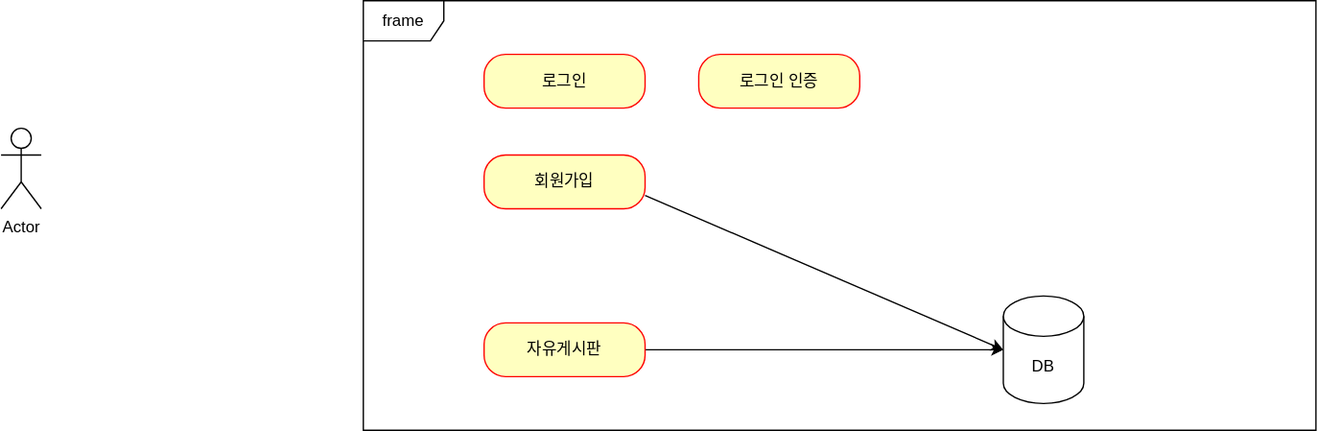
JoKangYeon/personal_project keeps this draw.io diagram as usecase.drawio.svg. Above is the earlier version. Source tidied: cells renumbered, new cells last; positions are measured from the earlier drawing's top-left corner, leaving out a move shared by most shapes. The source it was exported from:
```xml
<mxGraphModel>
  <root>
    <mxCell id="0" />
    <mxCell id="1" parent="0" />
    <mxCell id="2" value="frame" style="shape=umlFrame;whiteSpace=wrap;html=1;" parent="1" vertex="1">
      <mxGeometry x="270" width="710" height="320" as="geometry" />
    </mxCell>
    <mxCell id="3" value="Actor" style="shape=umlActor;verticalLabelPosition=bottom;verticalAlign=top;html=1;" parent="1" vertex="1">
      <mxGeometry y="95" width="30" height="60" as="geometry" />
    </mxCell>
    <mxCell id="4" value="로그인" style="rounded=1;whiteSpace=wrap;html=1;arcSize=40;fontColor=#000000;fillColor=#ffffc0;strokeColor=#ff0000;" parent="1" vertex="1">
      <mxGeometry x="360" y="40" width="120" height="40" as="geometry" />
    </mxCell>
    <mxCell id="5" value="회원가입" style="rounded=1;whiteSpace=wrap;html=1;arcSize=40;fontColor=#000000;fillColor=#ffffc0;strokeColor=#ff0000;" parent="1" vertex="1">
      <mxGeometry x="360" y="115" width="120" height="40" as="geometry" />
    </mxCell>
    <mxCell id="6" value="로그인 인증" style="rounded=1;whiteSpace=wrap;html=1;arcSize=40;fontColor=#000000;fillColor=#ffffc0;strokeColor=#ff0000;" parent="1" vertex="1">
      <mxGeometry x="520" y="40" width="120" height="40" as="geometry" />
    </mxCell>
    <mxCell id="7" style="edgeStyle=orthogonalEdgeStyle;rounded=0;jettySize=auto;html=1;" parent="1" edge="1" source="8" target="9">
      <mxGeometry relative="1" as="geometry" />
    </mxCell>
    <mxCell id="8" value="자유게시판" style="rounded=1;whiteSpace=wrap;html=1;arcSize=40;fontColor=#000000;fillColor=#ffffc0;strokeColor=#ff0000;" parent="1" vertex="1">
      <mxGeometry x="360" y="240" width="120" height="40" as="geometry" />
    </mxCell>
    <mxCell id="9" value="DB" style="shape=cylinder3;whiteSpace=wrap;html=1;boundedLbl=1;backgroundOutline=1;size=15;" parent="1" vertex="1">
      <mxGeometry x="747" y="220" width="60" height="80" as="geometry" />
    </mxCell>
    <mxCell id="10" style="endArrow=classic;html=1;rounded=0;entryX=0;entryY=0.5;entryDx=0;entryDy=0;entryPerimeter=0;exitX=1;exitY=0.75;exitDx=0;exitDy=0;" parent="1" edge="1" source="5" target="9">
      <mxGeometry relative="1" as="geometry" />
    </mxCell>
  </root>
</mxGraphModel>
```
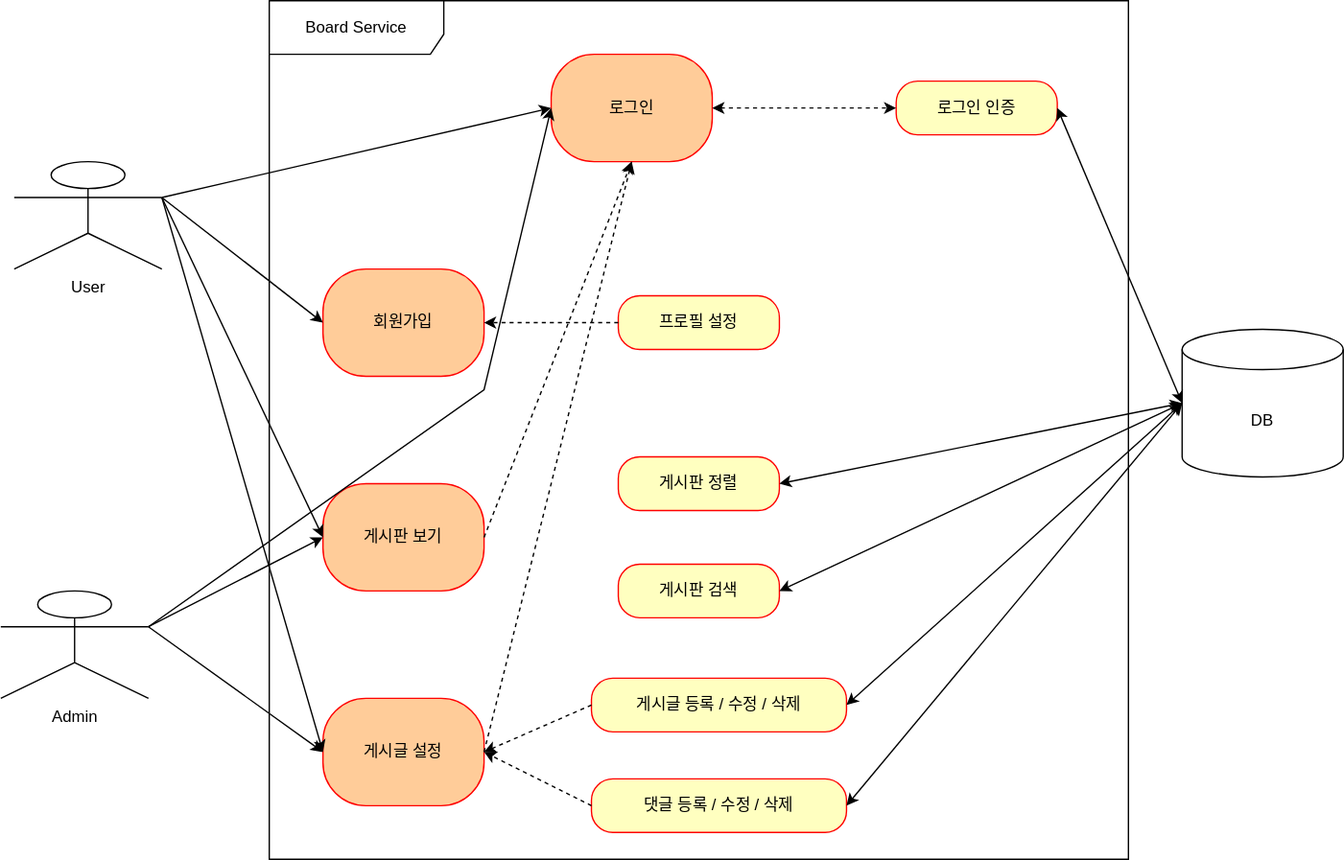
After the change.

The edit, as a diff of the source:
```diff
@@ -2,32 +2,105 @@
   <root>
     <mxCell id="0" />
     <mxCell id="1" parent="0" />
-    <mxCell id="2" value="frame" style="shape=umlFrame;whiteSpace=wrap;html=1;" parent="1" vertex="1">
-      <mxGeometry x="270" width="710" height="320" as="geometry" />
+    <mxCell id="2" value="Board Service" style="shape=umlFrame;whiteSpace=wrap;html=1;width=130;height=40;" parent="1" vertex="1">
+      <mxGeometry x="280" y="40" width="640" height="640" as="geometry" />
     </mxCell>
-    <mxCell id="3" value="Actor" style="shape=umlActor;verticalLabelPosition=bottom;verticalAlign=top;html=1;" parent="1" vertex="1">
-      <mxGeometry y="95" width="30" height="60" as="geometry" />
+    <mxCell id="3" value="User" style="shape=umlActor;verticalLabelPosition=bottom;verticalAlign=top;html=1;" parent="1" vertex="1">
+      <mxGeometry x="90" y="160" width="110" height="80" as="geometry" />
     </mxCell>
-    <mxCell id="4" value="로그인" style="rounded=1;whiteSpace=wrap;html=1;arcSize=40;fontColor=#000000;fillColor=#ffffc0;strokeColor=#ff0000;" parent="1" vertex="1">
-      <mxGeometry x="360" y="40" width="120" height="40" as="geometry" />
-    </mxCell>
-    <mxCell id="5" value="회원가입" style="rounded=1;whiteSpace=wrap;html=1;arcSize=40;fontColor=#000000;fillColor=#ffffc0;strokeColor=#ff0000;" parent="1" vertex="1">
-      <mxGeometry x="360" y="115" width="120" height="40" as="geometry" />
+    <mxCell id="5" value="게시판 보기" style="rounded=1;whiteSpace=wrap;html=1;arcSize=40;fontColor=#000000;fillColor=#FFCC99;strokeColor=#ff0000;" parent="1" vertex="1">
+      <mxGeometry x="320" y="400" width="120" height="80" as="geometry" />
     </mxCell>
     <mxCell id="6" value="로그인 인증" style="rounded=1;whiteSpace=wrap;html=1;arcSize=40;fontColor=#000000;fillColor=#ffffc0;strokeColor=#ff0000;" parent="1" vertex="1">
-      <mxGeometry x="520" y="40" width="120" height="40" as="geometry" />
+      <mxGeometry x="747" y="100" width="120" height="40" as="geometry" />
     </mxCell>
-    <mxCell id="7" style="edgeStyle=orthogonalEdgeStyle;rounded=0;jettySize=auto;html=1;" parent="1" edge="1" source="8" target="9">
-      <mxGeometry relative="1" as="geometry" />
-    </mxCell>
-    <mxCell id="8" value="자유게시판" style="rounded=1;whiteSpace=wrap;html=1;arcSize=40;fontColor=#000000;fillColor=#ffffc0;strokeColor=#ff0000;" parent="1" vertex="1">
-      <mxGeometry x="360" y="240" width="120" height="40" as="geometry" />
+    <mxCell id="8" value="게시글 등록 / 수정 / 삭제" style="rounded=1;whiteSpace=wrap;html=1;arcSize=40;fontColor=#000000;fillColor=#ffffc0;strokeColor=#ff0000;" parent="1" vertex="1">
+      <mxGeometry x="520" y="545" width="190" height="40" as="geometry" />
     </mxCell>
     <mxCell id="9" value="DB" style="shape=cylinder3;whiteSpace=wrap;html=1;boundedLbl=1;backgroundOutline=1;size=15;" parent="1" vertex="1">
-      <mxGeometry x="747" y="220" width="60" height="80" as="geometry" />
+      <mxGeometry x="960" y="285" width="120" height="110" as="geometry" />
     </mxCell>
-    <mxCell id="10" style="endArrow=classic;html=1;rounded=0;entryX=0;entryY=0.5;entryDx=0;entryDy=0;entryPerimeter=0;exitX=1;exitY=0.75;exitDx=0;exitDy=0;" parent="1" edge="1" source="5" target="9">
-      <mxGeometry relative="1" as="geometry" />
-    </mxCell>
+    <mxCell id="4" value="로그인" style="rounded=1;whiteSpace=wrap;html=1;arcSize=40;fontColor=#000000;fillColor=#FFCC99;strokeColor=#ff0000;" parent="1" vertex="1">
+      <mxGeometry x="490" y="80" width="120" height="80" as="geometry" />
+    </mxCell>
+    <mxCell id="11" value="게시글 설정" style="rounded=1;whiteSpace=wrap;html=1;arcSize=40;fontColor=#000000;fillColor=#FFCC99;strokeColor=#ff0000;" parent="1" vertex="1">
+      <mxGeometry x="320" y="560" width="120" height="80" as="geometry" />
+    </mxCell>
+    <mxCell id="12" value="회원가입" style="rounded=1;whiteSpace=wrap;html=1;arcSize=40;fontColor=#000000;fillColor=#FFCC99;strokeColor=#ff0000;" parent="1" vertex="1">
+      <mxGeometry x="320" y="240" width="120" height="80" as="geometry" />
+    </mxCell>
+    <mxCell id="13" value="Admin" style="shape=umlActor;verticalLabelPosition=bottom;verticalAlign=top;html=1;" parent="1" vertex="1">
+      <mxGeometry x="80" y="480" width="110" height="80" as="geometry" />
+    </mxCell>
+    <mxCell id="14" style="endArrow=classic;html=1;rounded=0;exitX=1;exitY=0.3333333333333333;exitDx=0;exitDy=0;exitPerimeter=0;entryX=0;entryY=0.5;entryDx=0;entryDy=0;" parent="1" edge="1" source="3" target="4">
+      <mxGeometry relative="1" as="geometry" />
+    </mxCell>
+    <mxCell id="15" style="endArrow=classic;html=1;rounded=0;entryX=0;entryY=0.5;entryDx=0;entryDy=0;exitX=1;exitY=0.3333333333333333;exitDx=0;exitDy=0;exitPerimeter=0;" parent="1" edge="1" source="3" target="12">
+      <mxGeometry relative="1" as="geometry" />
+    </mxCell>
+    <mxCell id="16" style="endArrow=classic;html=1;rounded=0;entryX=0;entryY=0.5;entryDx=0;entryDy=0;exitX=1;exitY=0.3333333333333333;exitDx=0;exitDy=0;exitPerimeter=0;" parent="1" edge="1" source="13" target="4">
+      <mxGeometry relative="1" as="geometry">
+        <Array as="points">
+          <mxPoint x="440" y="330" />
+        </Array>
+      </mxGeometry>
+    </mxCell>
+    <mxCell id="17" style="endArrow=classic;html=1;rounded=0;entryX=0;entryY=0.5;entryDx=0;entryDy=0;exitX=1;exitY=0.3333333333333333;exitDx=0;exitDy=0;exitPerimeter=0;" parent="1" edge="1" source="13" target="5">
+      <mxGeometry relative="1" as="geometry" />
+    </mxCell>
+    <mxCell id="18" style="endArrow=classic;html=1;rounded=0;entryX=0;entryY=0.5;entryDx=0;entryDy=0;exitX=1;exitY=0.3333333333333333;exitDx=0;exitDy=0;exitPerimeter=0;" parent="1" edge="1" source="13" target="11">
+      <mxGeometry relative="1" as="geometry" />
+    </mxCell>
+    <mxCell id="19" style="endArrow=classic;html=1;rounded=0;entryX=0;entryY=0.5;entryDx=0;entryDy=0;exitX=1;exitY=0.3333333333333333;exitDx=0;exitDy=0;exitPerimeter=0;" parent="1" edge="1" source="3" target="11">
+      <mxGeometry relative="1" as="geometry" />
+    </mxCell>
+    <mxCell id="20" style="endArrow=classic;html=1;rounded=0;entryX=0;entryY=0.5;entryDx=0;entryDy=0;exitX=1;exitY=0.3333333333333333;exitDx=0;exitDy=0;exitPerimeter=0;" parent="1" edge="1" source="3" target="5">
+      <mxGeometry relative="1" as="geometry" />
+    </mxCell>
+    <mxCell id="21" style="endArrow=classic;html=1;rounded=0;dashed=1;exitX=1;exitY=0.5;exitDx=0;exitDy=0;entryX=0.5;entryY=1;entryDx=0;entryDy=0;" parent="1" edge="1" source="5" target="4">
+      <mxGeometry relative="1" as="geometry" />
+    </mxCell>
+    <mxCell id="22" style="endArrow=classic;html=1;rounded=0;dashed=1;exitX=1;exitY=0.5;exitDx=0;exitDy=0;entryX=0.5;entryY=1;entryDx=0;entryDy=0;" parent="1" edge="1" source="11" target="4">
+      <mxGeometry relative="1" as="geometry" />
+    </mxCell>
+    <mxCell id="23" style="endArrow=classic;startArrow=classic;html=1;rounded=0;dashed=1;entryX=0;entryY=0.5;entryDx=0;entryDy=0;exitX=1;exitY=0.5;exitDx=0;exitDy=0;" parent="1" edge="1" source="4" target="6">
+      <mxGeometry relative="1" as="geometry" />
+    </mxCell>
+    <mxCell id="24" value="댓글 등록 / 수정 / 삭제" style="rounded=1;whiteSpace=wrap;html=1;arcSize=40;fontColor=#000000;fillColor=#ffffc0;strokeColor=#ff0000;" parent="1" vertex="1">
+      <mxGeometry x="520" y="620" width="190" height="40" as="geometry" />
+    </mxCell>
+    <mxCell id="25" style="endArrow=classic;html=1;rounded=0;dashed=1;exitX=0;exitY=0.5;exitDx=0;exitDy=0;entryX=1;entryY=0.5;entryDx=0;entryDy=0;" parent="1" edge="1" source="8" target="11">
+      <mxGeometry relative="1" as="geometry" />
+    </mxCell>
+    <mxCell id="26" style="endArrow=classic;html=1;rounded=0;dashed=1;exitX=0;exitY=0.5;exitDx=0;exitDy=0;entryX=1;entryY=0.5;entryDx=0;entryDy=0;" parent="1" edge="1" source="24" target="11">
+      <mxGeometry relative="1" as="geometry" />
+    </mxCell>
+    <mxCell id="27" value="프로필 설정" style="rounded=1;whiteSpace=wrap;html=1;arcSize=40;fontColor=#000000;fillColor=#ffffc0;strokeColor=#ff0000;" parent="1" vertex="1">
+      <mxGeometry x="540" y="260" width="120" height="40" as="geometry" />
+    </mxCell>
+    <mxCell id="28" style="endArrow=classic;html=1;rounded=0;dashed=1;entryX=1;entryY=0.5;entryDx=0;entryDy=0;exitX=0;exitY=0.5;exitDx=0;exitDy=0;" parent="1" edge="1" source="27" target="12">
+      <mxGeometry relative="1" as="geometry" />
+    </mxCell>
+    <mxCell id="29" value="게시판 정렬" style="rounded=1;whiteSpace=wrap;html=1;arcSize=40;fontColor=#000000;fillColor=#ffffc0;strokeColor=#ff0000;" parent="1" vertex="1">
+      <mxGeometry x="540" y="380" width="120" height="40" as="geometry" />
+    </mxCell>
+    <mxCell id="30" value="게시판 검색" style="rounded=1;whiteSpace=wrap;html=1;arcSize=40;fontColor=#000000;fillColor=#ffffc0;strokeColor=#ff0000;" parent="1" vertex="1">
+      <mxGeometry x="540" y="460" width="120" height="40" as="geometry" />
+    </mxCell>
+    <mxCell id="31" style="endArrow=classic;startArrow=classic;html=1;rounded=0;exitX=1;exitY=0.5;exitDx=0;exitDy=0;entryX=0;entryY=0.5;entryDx=0;entryDy=0;entryPerimeter=0;" parent="1" edge="1" source="24" target="9">
+      <mxGeometry relative="1" as="geometry" />
+    </mxCell>
+    <mxCell id="32" style="endArrow=classic;startArrow=classic;html=1;rounded=0;exitX=1;exitY=0.5;exitDx=0;exitDy=0;entryX=0;entryY=0.5;entryDx=0;entryDy=0;entryPerimeter=0;" parent="1" edge="1" source="6" target="9">
+      <mxGeometry relative="1" as="geometry" />
+    </mxCell>
+    <mxCell id="33" style="endArrow=classic;startArrow=classic;html=1;rounded=0;exitX=1;exitY=0.5;exitDx=0;exitDy=0;entryX=0;entryY=0.5;entryDx=0;entryDy=0;entryPerimeter=0;" parent="1" edge="1" source="29" target="9">
+      <mxGeometry relative="1" as="geometry" />
+    </mxCell>
+    <mxCell id="34" style="endArrow=classic;startArrow=classic;html=1;rounded=0;exitX=1;exitY=0.5;exitDx=0;exitDy=0;entryX=0;entryY=0.5;entryDx=0;entryDy=0;entryPerimeter=0;" parent="1" edge="1" source="30" target="9">
+      <mxGeometry relative="1" as="geometry" />
+    </mxCell>
+    <mxCell id="7" style="endArrow=classic;startArrow=classic;html=1;rounded=0;exitX=1;exitY=0.5;exitDx=0;exitDy=0;entryX=0;entryY=0.5;entryDx=0;entryDy=0;entryPerimeter=0;" parent="1" edge="1" source="8" target="9">
+      <mxGeometry relative="1" as="geometry" />
+    </mxCell>
   </root>
 </mxGraphModel>
```
